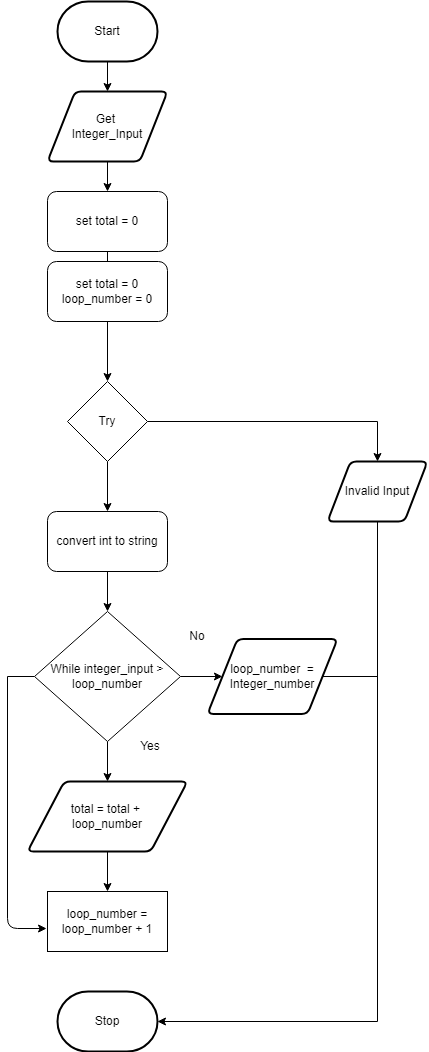
Above: FlowChart.png in JacksonNaufal/ICS3U-Unit4-01-Python (draw.io), before the change. Source tidied: cells renumbered, new cells last; positions are measured from the earlier drawing's top-left corner, leaving out a move shared by most shapes.
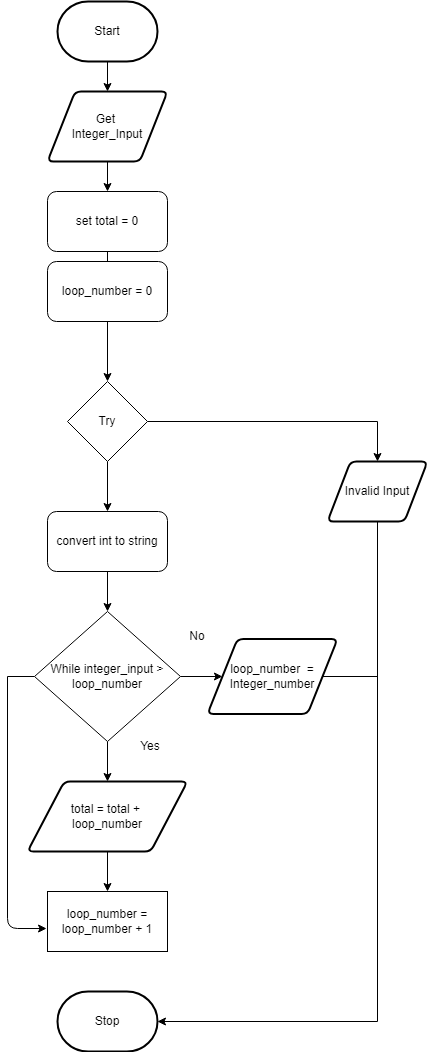
After the change.

The edit, as a diff of the source:
```diff
@@ -97,7 +97,7 @@
     <mxCell id="27" value="loop_number&amp;nbsp; =&lt;br&gt;Integer_number" style="shape=parallelogram;html=1;strokeWidth=2;perimeter=parallelogramPerimeter;whiteSpace=wrap;rounded=1;arcSize=12;size=0.23;" parent="1" vertex="1">
       <mxGeometry x="200" y="637.5" width="130" height="75" as="geometry" />
     </mxCell>
-    <mxCell id="28" value="set total = 0&lt;br&gt;loop_number = 0" style="rounded=1;whiteSpace=wrap;html=1;" parent="1" vertex="1">
+    <mxCell id="28" value="loop_number = 0" style="rounded=1;whiteSpace=wrap;html=1;" parent="1" vertex="1">
       <mxGeometry x="40" y="260" width="120" height="60" as="geometry" />
     </mxCell>
     <mxCell id="29" style="edgeStyle=none;rounded=0;html=1;endArrow=none;" parent="1" edge="1" source="15" target="28">
```
